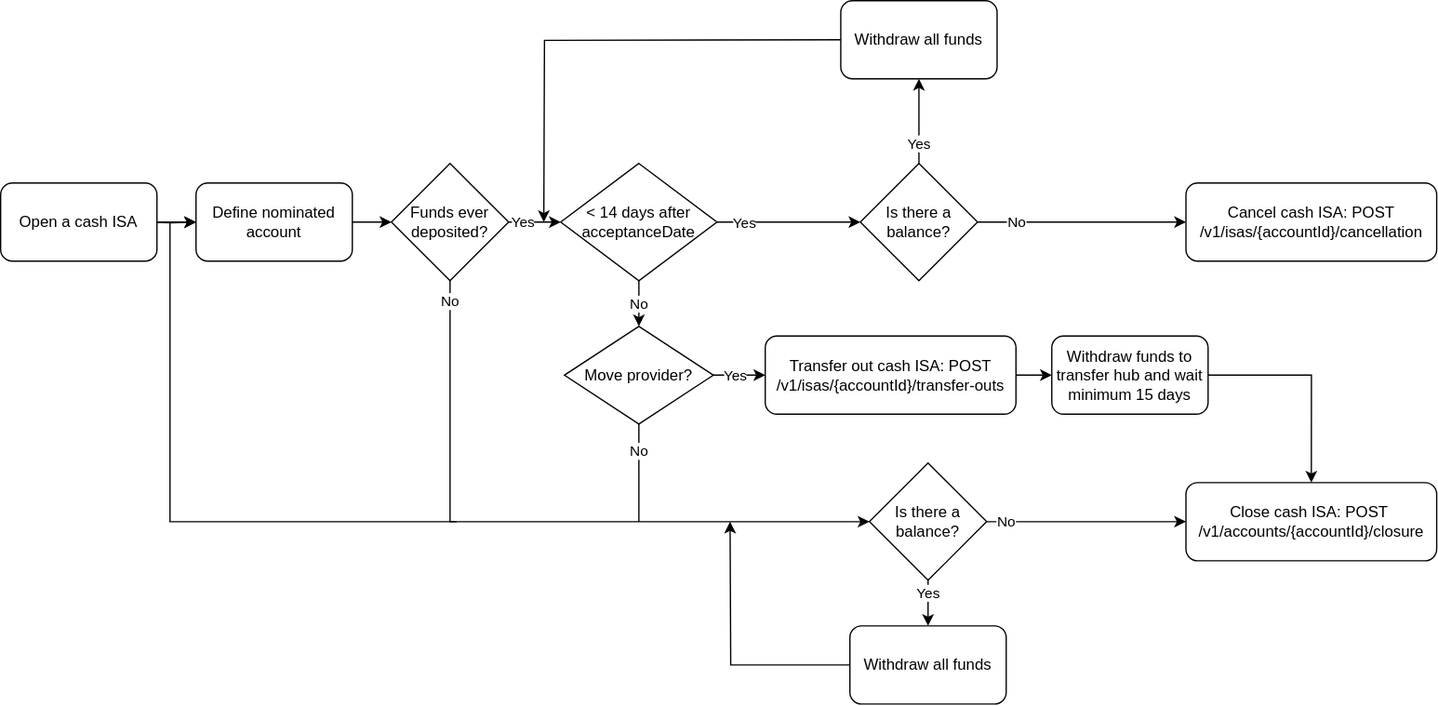
The draw.io diagram static/assets/images/cash-isa-life-cycle.svg in clearbank/clearbank.github.io, before a commit. Source tidied: cells renumbered, new cells last; positions are measured from the earlier drawing's top-left corner, leaving out a move shared by most shapes. Its diagram source:
```xml
<mxGraphModel>
  <root>
    <mxCell id="0" />
    <mxCell id="1" parent="0" />
    <mxCell id="2" style="edgeStyle=orthogonalEdgeStyle;rounded=0;jettySize=auto;html=1;entryX=0;entryY=0.5;entryDx=0;entryDy=0;" parent="1" edge="1" target="6">
      <mxGeometry relative="1" as="geometry">
        <mxPoint x="110" y="170" as="sourcePoint" />
      </mxGeometry>
    </mxCell>
    <mxCell id="3" style="edgeStyle=orthogonalEdgeStyle;rounded=0;jettySize=auto;html=1;" parent="1" edge="1" source="4" target="6">
      <mxGeometry relative="1" as="geometry" />
    </mxCell>
    <mxCell id="4" value="Open a cash ISA" style="rounded=1;whiteSpace=wrap;html=1;" parent="1" vertex="1">
      <mxGeometry y="140" width="120" height="60" as="geometry" />
    </mxCell>
    <mxCell id="5" style="edgeStyle=orthogonalEdgeStyle;rounded=0;jettySize=auto;html=1;entryX=0;entryY=0.5;entryDx=0;entryDy=0;" parent="1" edge="1" source="6" target="25">
      <mxGeometry relative="1" as="geometry" />
    </mxCell>
    <mxCell id="6" value="Define nominated account" style="rounded=1;whiteSpace=wrap;html=1;" parent="1" vertex="1">
      <mxGeometry x="150" y="140" width="120" height="60" as="geometry" />
    </mxCell>
    <mxCell id="7" style="edgeStyle=orthogonalEdgeStyle;rounded=0;jettySize=auto;html=1;entryX=0;entryY=0.5;entryDx=0;entryDy=0;" parent="1" edge="1" source="12" target="33">
      <mxGeometry relative="1" as="geometry" />
    </mxCell>
    <mxCell id="8" value="Yes" style="edgeLabel;html=1;align=center;verticalAlign=middle;" parent="7" vertex="1">
      <mxGeometry x="-0.13" relative="1" as="geometry">
        <mxPoint x="-133" as="offset" />
      </mxGeometry>
    </mxCell>
    <mxCell id="9" value="Yes" style="edgeLabel;html=1;align=center;verticalAlign=middle;" parent="7" vertex="1">
      <mxGeometry x="-0.56" y="-1" relative="1" as="geometry">
        <mxPoint x="-4" as="offset" />
      </mxGeometry>
    </mxCell>
    <mxCell id="10" style="edgeStyle=orthogonalEdgeStyle;rounded=0;jettySize=auto;html=1;entryX=0.5;entryY=0;entryDx=0;entryDy=0;" parent="1" edge="1" source="12" target="18">
      <mxGeometry relative="1" as="geometry" />
    </mxCell>
    <mxCell id="11" value="No" style="edgeLabel;html=1;align=center;verticalAlign=middle;" parent="10" vertex="1">
      <mxGeometry x="-0.06" y="3" relative="1" as="geometry">
        <mxPoint x="3" y="-2" as="offset" />
      </mxGeometry>
    </mxCell>
    <mxCell id="12" value="&amp;lt; 14 days after acceptanceDate" style="rhombus;whiteSpace=wrap;html=1;" parent="1" vertex="1">
      <mxGeometry x="430" y="125" width="120" height="90" as="geometry" />
    </mxCell>
    <mxCell id="13" value="Cancel cash ISA: POST&lt;br&gt;/v1/isas/{accountId}/cancellation" style="rounded=1;whiteSpace=wrap;html=1;" parent="1" vertex="1">
      <mxGeometry x="910" y="140" width="192.5" height="60" as="geometry" />
    </mxCell>
    <mxCell id="14" style="edgeStyle=orthogonalEdgeStyle;rounded=0;jettySize=auto;html=1;exitX=0.5;exitY=1;exitDx=0;exitDy=0;entryX=0;entryY=0.5;entryDx=0;entryDy=0;" parent="1" edge="1" source="18" target="40">
      <mxGeometry relative="1" as="geometry">
        <Array as="points">
          <mxPoint x="490" y="400" />
          <mxPoint x="660" y="400" />
        </Array>
      </mxGeometry>
    </mxCell>
    <mxCell id="15" value="No" style="edgeLabel;html=1;align=center;verticalAlign=middle;" parent="14" vertex="1">
      <mxGeometry x="-0.66" y="-2" relative="1" as="geometry">
        <mxPoint x="2" y="-22" as="offset" />
      </mxGeometry>
    </mxCell>
    <mxCell id="16" style="edgeStyle=orthogonalEdgeStyle;rounded=0;jettySize=auto;html=1;entryX=0;entryY=0.5;entryDx=0;entryDy=0;" parent="1" edge="1" source="18" target="20">
      <mxGeometry relative="1" as="geometry" />
    </mxCell>
    <mxCell id="17" value="Yes" style="edgeLabel;html=1;align=center;verticalAlign=middle;" parent="16" vertex="1">
      <mxGeometry x="-0.73" y="-1" relative="1" as="geometry">
        <mxPoint x="11" y="-1" as="offset" />
      </mxGeometry>
    </mxCell>
    <mxCell id="18" value="Move provider?" style="rhombus;whiteSpace=wrap;html=1;" parent="1" vertex="1">
      <mxGeometry x="432.8" y="250" width="114.4" height="75" as="geometry" />
    </mxCell>
    <mxCell id="19" style="edgeStyle=orthogonalEdgeStyle;rounded=0;jettySize=auto;html=1;" parent="1" edge="1" source="20" target="44">
      <mxGeometry relative="1" as="geometry" />
    </mxCell>
    <mxCell id="20" value="Transfer out cash ISA: POST /v1/isas/{accountId}/transfer-outs" style="rounded=1;whiteSpace=wrap;html=1;" parent="1" vertex="1">
      <mxGeometry x="587" y="257.5" width="192.5" height="60" as="geometry" />
    </mxCell>
    <mxCell id="21" value="Close cash ISA: POST&amp;nbsp;&lt;br&gt;/v1/accounts/{accountId}/closure" style="rounded=1;whiteSpace=wrap;html=1;" parent="1" vertex="1">
      <mxGeometry x="910" y="370" width="192.5" height="60" as="geometry" />
    </mxCell>
    <mxCell id="22" style="edgeStyle=orthogonalEdgeStyle;rounded=0;jettySize=auto;html=1;entryX=0;entryY=0.5;entryDx=0;entryDy=0;" parent="1" edge="1" source="25" target="12">
      <mxGeometry relative="1" as="geometry" />
    </mxCell>
    <mxCell id="23" value="Yes" style="edgeLabel;html=1;align=center;verticalAlign=middle;" parent="22" vertex="1">
      <mxGeometry x="-0.65" y="-3" relative="1" as="geometry">
        <mxPoint x="-39" y="-3" as="offset" />
      </mxGeometry>
    </mxCell>
    <mxCell id="24" value="Yes" style="edgeLabel;html=1;align=center;verticalAlign=middle;" parent="22" vertex="1">
      <mxGeometry x="-0.6" relative="1" as="geometry">
        <mxPoint x="2" as="offset" />
      </mxGeometry>
    </mxCell>
    <mxCell id="25" value="Funds ever deposited?" style="rhombus;whiteSpace=wrap;html=1;" parent="1" vertex="1">
      <mxGeometry x="300" y="125" width="90" height="90" as="geometry" />
    </mxCell>
    <mxCell id="26" style="endArrow=none;html=1;rounded=0;entryX=0.5;entryY=1;entryDx=0;entryDy=0;" parent="1" edge="1" target="25">
      <mxGeometry relative="1" as="geometry">
        <mxPoint x="490" y="400" as="sourcePoint" />
        <Array as="points">
          <mxPoint x="345" y="400" />
        </Array>
      </mxGeometry>
    </mxCell>
    <mxCell id="27" value="No" style="edgeLabel;html=1;align=center;verticalAlign=middle;" parent="26" vertex="1">
      <mxGeometry x="0.77" y="1" relative="1" as="geometry">
        <mxPoint x="1" y="-22" as="offset" />
      </mxGeometry>
    </mxCell>
    <mxCell id="28" style="endArrow=none;html=1;rounded=0;" parent="1" edge="1">
      <mxGeometry relative="1" as="geometry">
        <mxPoint x="350" y="400" as="sourcePoint" />
        <mxPoint x="130" y="170" as="targetPoint" />
        <Array as="points">
          <mxPoint x="130" y="400" />
        </Array>
      </mxGeometry>
    </mxCell>
    <mxCell id="29" style="edgeStyle=orthogonalEdgeStyle;rounded=0;jettySize=auto;html=1;entryX=0;entryY=0.5;entryDx=0;entryDy=0;" parent="1" edge="1" source="33" target="13">
      <mxGeometry relative="1" as="geometry" />
    </mxCell>
    <mxCell id="30" value="No" style="edgeLabel;html=1;align=center;verticalAlign=middle;" parent="29" vertex="1">
      <mxGeometry x="-0.72" y="-1" relative="1" as="geometry">
        <mxPoint x="7" y="-1" as="offset" />
      </mxGeometry>
    </mxCell>
    <mxCell id="31" style="edgeStyle=orthogonalEdgeStyle;rounded=0;jettySize=auto;html=1;entryX=0.5;entryY=1;entryDx=0;entryDy=0;" parent="1" edge="1" source="33" target="35">
      <mxGeometry relative="1" as="geometry" />
    </mxCell>
    <mxCell id="32" value="Yes" style="edgeLabel;html=1;align=center;verticalAlign=middle;" parent="31" vertex="1">
      <mxGeometry x="-0.42" y="2" relative="1" as="geometry">
        <mxPoint x="2" y="4" as="offset" />
      </mxGeometry>
    </mxCell>
    <mxCell id="33" value="Is there a balance?" style="rhombus;whiteSpace=wrap;html=1;" parent="1" vertex="1">
      <mxGeometry x="660" y="125" width="90" height="90" as="geometry" />
    </mxCell>
    <mxCell id="34" style="edgeStyle=orthogonalEdgeStyle;rounded=0;orthogonalLoop=1;jettySize=auto;html=1;" parent="1" edge="1">
      <mxGeometry relative="1" as="geometry">
        <mxPoint x="652" y="30" as="sourcePoint" />
        <mxPoint x="417" y="170" as="targetPoint" />
      </mxGeometry>
    </mxCell>
    <mxCell id="35" value="Withdraw all funds" style="rounded=1;whiteSpace=wrap;html=1;" parent="1" vertex="1">
      <mxGeometry x="645" width="120" height="60" as="geometry" />
    </mxCell>
    <mxCell id="36" style="edgeStyle=orthogonalEdgeStyle;rounded=0;jettySize=auto;html=1;entryX=0;entryY=0.5;entryDx=0;entryDy=0;" parent="1" edge="1" source="40" target="21">
      <mxGeometry relative="1" as="geometry" />
    </mxCell>
    <mxCell id="37" value="No" style="edgeLabel;html=1;align=center;verticalAlign=middle;" parent="36" vertex="1">
      <mxGeometry x="-0.89" y="2" relative="1" as="geometry">
        <mxPoint x="6" y="2" as="offset" />
      </mxGeometry>
    </mxCell>
    <mxCell id="38" style="edgeStyle=orthogonalEdgeStyle;rounded=0;jettySize=auto;html=1;entryX=0.5;entryY=0;entryDx=0;entryDy=0;" parent="1" edge="1" source="40" target="42">
      <mxGeometry relative="1" as="geometry" />
    </mxCell>
    <mxCell id="39" value="Yes" style="edgeLabel;html=1;align=center;verticalAlign=middle;" parent="38" vertex="1">
      <mxGeometry x="-0.08" y="-1" relative="1" as="geometry">
        <mxPoint x="-1" y="-10" as="offset" />
      </mxGeometry>
    </mxCell>
    <mxCell id="40" value="Is there a balance?" style="rhombus;whiteSpace=wrap;html=1;" parent="1" vertex="1">
      <mxGeometry x="667" y="355" width="90" height="90" as="geometry" />
    </mxCell>
    <mxCell id="41" style="edgeStyle=orthogonalEdgeStyle;rounded=0;jettySize=auto;html=1;" parent="1" edge="1" source="42">
      <mxGeometry relative="1" as="geometry">
        <mxPoint x="560" y="400" as="targetPoint" />
      </mxGeometry>
    </mxCell>
    <mxCell id="42" value="Withdraw all funds" style="rounded=1;whiteSpace=wrap;html=1;" parent="1" vertex="1">
      <mxGeometry x="652" y="480" width="120" height="60" as="geometry" />
    </mxCell>
    <mxCell id="43" style="edgeStyle=orthogonalEdgeStyle;rounded=0;jettySize=auto;html=1;entryX=0.5;entryY=0;entryDx=0;entryDy=0;exitX=1;exitY=0.5;exitDx=0;exitDy=0;" parent="1" edge="1" source="44" target="21">
      <mxGeometry relative="1" as="geometry" />
    </mxCell>
    <mxCell id="44" value="Withdraw funds to transfer hub and wait minimum 15 days" style="whiteSpace=wrap;html=1;rounded=1;" parent="1" vertex="1">
      <mxGeometry x="807" y="257.5" width="120" height="60" as="geometry" />
    </mxCell>
  </root>
</mxGraphModel>
```
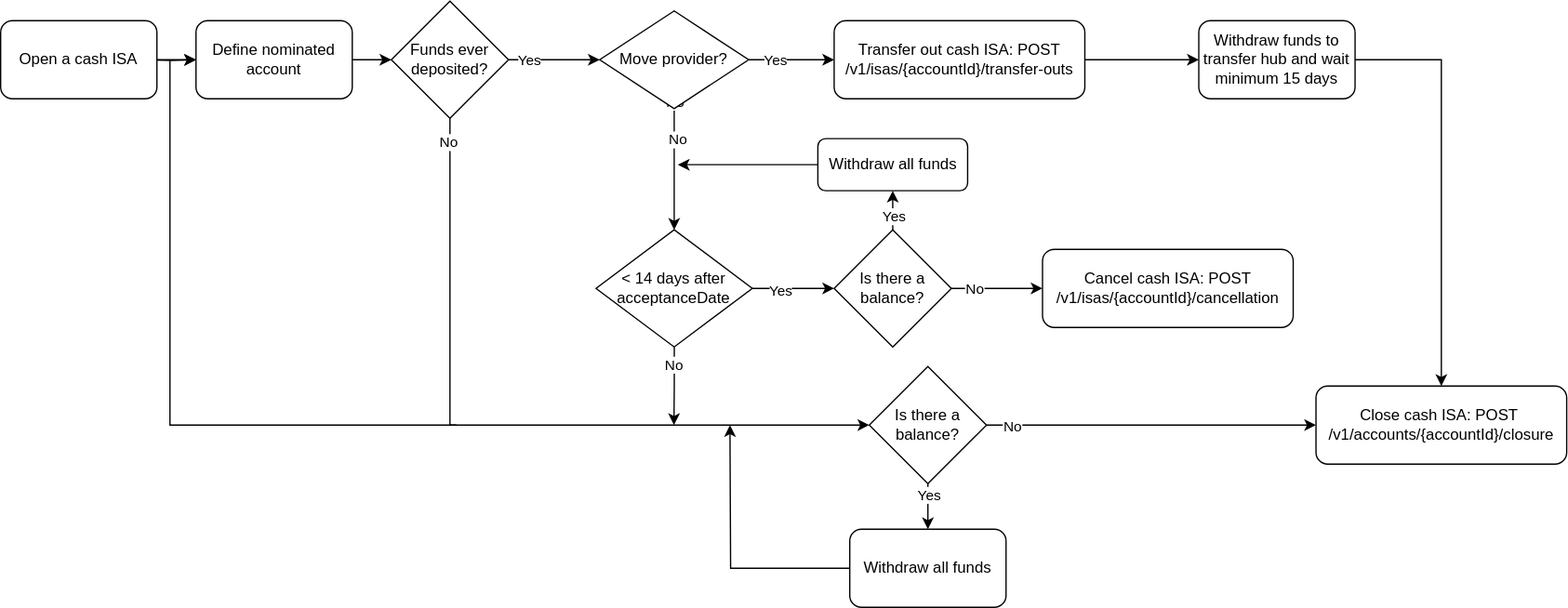
Later version of the same file.

Change to the diagram source:
```diff
@@ -4,20 +4,20 @@
     <mxCell id="1" parent="0" />
     <mxCell id="2" style="edgeStyle=orthogonalEdgeStyle;rounded=0;jettySize=auto;html=1;entryX=0;entryY=0.5;entryDx=0;entryDy=0;" parent="1" edge="1" target="6">
       <mxGeometry relative="1" as="geometry">
-        <mxPoint x="110" y="170" as="sourcePoint" />
+        <mxPoint x="110" y="119.4" as="sourcePoint" />
       </mxGeometry>
     </mxCell>
     <mxCell id="3" style="edgeStyle=orthogonalEdgeStyle;rounded=0;jettySize=auto;html=1;" parent="1" edge="1" source="4" target="6">
       <mxGeometry relative="1" as="geometry" />
     </mxCell>
     <mxCell id="4" value="Open a cash ISA" style="rounded=1;whiteSpace=wrap;html=1;" parent="1" vertex="1">
-      <mxGeometry y="140" width="120" height="60" as="geometry" />
+      <mxGeometry y="89.4" width="120" height="60" as="geometry" />
     </mxCell>
     <mxCell id="5" style="edgeStyle=orthogonalEdgeStyle;rounded=0;jettySize=auto;html=1;entryX=0;entryY=0.5;entryDx=0;entryDy=0;" parent="1" edge="1" source="6" target="25">
       <mxGeometry relative="1" as="geometry" />
     </mxCell>
     <mxCell id="6" value="Define nominated account" style="rounded=1;whiteSpace=wrap;html=1;" parent="1" vertex="1">
-      <mxGeometry x="150" y="140" width="120" height="60" as="geometry" />
+      <mxGeometry x="150" y="89.4" width="120" height="60" as="geometry" />
     </mxCell>
     <mxCell id="7" style="edgeStyle=orthogonalEdgeStyle;rounded=0;jettySize=auto;html=1;entryX=0;entryY=0.5;entryDx=0;entryDy=0;" parent="1" edge="1" source="12" target="33">
       <mxGeometry relative="1" as="geometry" />
@@ -29,36 +29,34 @@
     </mxCell>
     <mxCell id="9" value="Yes" style="edgeLabel;html=1;align=center;verticalAlign=middle;" parent="7" vertex="1">
       <mxGeometry x="-0.56" y="-1" relative="1" as="geometry">
-        <mxPoint x="-4" as="offset" />
+        <mxPoint x="7" as="offset" />
       </mxGeometry>
     </mxCell>
-    <mxCell id="10" style="edgeStyle=orthogonalEdgeStyle;rounded=0;jettySize=auto;html=1;entryX=0.5;entryY=0;entryDx=0;entryDy=0;" parent="1" edge="1" source="12" target="18">
-      <mxGeometry relative="1" as="geometry" />
-    </mxCell>
-    <mxCell id="11" value="No" style="edgeLabel;html=1;align=center;verticalAlign=middle;" parent="10" vertex="1">
-      <mxGeometry x="-0.06" y="3" relative="1" as="geometry">
-        <mxPoint x="3" y="-2" as="offset" />
-      </mxGeometry>
-    </mxCell>
+    <mxCell id="45" style="edgeStyle=orthogonalEdgeStyle;rounded=0;jettySize=auto;html=1;" parent="1" edge="1" source="12">
+      <mxGeometry relative="1" as="geometry">
+        <mxPoint x="517" y="400" as="targetPoint" />
+      </mxGeometry>
+    </mxCell>
+    <mxCell id="46" value="No" style="edgeLabel;html=1;align=center;verticalAlign=middle;" parent="45" vertex="1">
+      <mxGeometry x="-0.55" y="-1" relative="1" as="geometry" />
+    </mxCell>
     <mxCell id="12" value="&amp;lt; 14 days after acceptanceDate" style="rhombus;whiteSpace=wrap;html=1;" parent="1" vertex="1">
-      <mxGeometry x="430" y="125" width="120" height="90" as="geometry" />
+      <mxGeometry x="457.2" y="250" width="120" height="90" as="geometry" />
     </mxCell>
     <mxCell id="13" value="Cancel cash ISA: POST&lt;br&gt;/v1/isas/{accountId}/cancellation" style="rounded=1;whiteSpace=wrap;html=1;" parent="1" vertex="1">
-      <mxGeometry x="910" y="140" width="192.5" height="60" as="geometry" />
+      <mxGeometry x="800" y="265" width="192.5" height="60" as="geometry" />
     </mxCell>
-    <mxCell id="14" style="edgeStyle=orthogonalEdgeStyle;rounded=0;jettySize=auto;html=1;exitX=0.5;exitY=1;exitDx=0;exitDy=0;entryX=0;entryY=0.5;entryDx=0;entryDy=0;" parent="1" edge="1" source="18" target="40">
-      <mxGeometry relative="1" as="geometry">
-        <Array as="points">
-          <mxPoint x="490" y="400" />
-          <mxPoint x="660" y="400" />
-        </Array>
-      </mxGeometry>
+    <mxCell id="14" style="edgeStyle=orthogonalEdgeStyle;rounded=0;jettySize=auto;html=1;exitX=0.5;exitY=1;exitDx=0;exitDy=0;entryX=0.5;entryY=0;entryDx=0;entryDy=0;" parent="1" edge="1" source="18" target="12">
+      <mxGeometry relative="1" as="geometry" />
     </mxCell>
     <mxCell id="15" value="No" style="edgeLabel;html=1;align=center;verticalAlign=middle;" parent="14" vertex="1">
       <mxGeometry x="-0.66" y="-2" relative="1" as="geometry">
         <mxPoint x="2" y="-22" as="offset" />
       </mxGeometry>
     </mxCell>
+    <mxCell id="47" value="No" style="edgeLabel;html=1;align=center;verticalAlign=middle;" parent="14" vertex="1">
+      <mxGeometry x="-0.5" y="2" relative="1" as="geometry" />
+    </mxCell>
     <mxCell id="16" style="edgeStyle=orthogonalEdgeStyle;rounded=0;jettySize=auto;html=1;entryX=0;entryY=0.5;entryDx=0;entryDy=0;" parent="1" edge="1" source="18" target="20">
       <mxGeometry relative="1" as="geometry" />
     </mxCell>
@@ -68,18 +66,18 @@
       </mxGeometry>
     </mxCell>
     <mxCell id="18" value="Move provider?" style="rhombus;whiteSpace=wrap;html=1;" parent="1" vertex="1">
-      <mxGeometry x="432.8" y="250" width="114.4" height="75" as="geometry" />
+      <mxGeometry x="460" y="81.9" width="114.4" height="75" as="geometry" />
     </mxCell>
     <mxCell id="19" style="edgeStyle=orthogonalEdgeStyle;rounded=0;jettySize=auto;html=1;" parent="1" edge="1" source="20" target="44">
       <mxGeometry relative="1" as="geometry" />
     </mxCell>
     <mxCell id="20" value="Transfer out cash ISA: POST /v1/isas/{accountId}/transfer-outs" style="rounded=1;whiteSpace=wrap;html=1;" parent="1" vertex="1">
-      <mxGeometry x="587" y="257.5" width="192.5" height="60" as="geometry" />
+      <mxGeometry x="640" y="89.4" width="192.5" height="60" as="geometry" />
     </mxCell>
     <mxCell id="21" value="Close cash ISA: POST&amp;nbsp;&lt;br&gt;/v1/accounts/{accountId}/closure" style="rounded=1;whiteSpace=wrap;html=1;" parent="1" vertex="1">
-      <mxGeometry x="910" y="370" width="192.5" height="60" as="geometry" />
+      <mxGeometry x="1010" y="370" width="192.5" height="60" as="geometry" />
     </mxCell>
-    <mxCell id="22" style="edgeStyle=orthogonalEdgeStyle;rounded=0;jettySize=auto;html=1;entryX=0;entryY=0.5;entryDx=0;entryDy=0;" parent="1" edge="1" source="25" target="12">
+    <mxCell id="22" style="edgeStyle=orthogonalEdgeStyle;rounded=0;jettySize=auto;html=1;entryX=0;entryY=0.5;entryDx=0;entryDy=0;" parent="1" edge="1" source="25" target="18">
       <mxGeometry relative="1" as="geometry" />
     </mxCell>
     <mxCell id="23" value="Yes" style="edgeLabel;html=1;align=center;verticalAlign=middle;" parent="22" vertex="1">
@@ -92,26 +90,23 @@
         <mxPoint x="2" as="offset" />
       </mxGeometry>
     </mxCell>
+    <mxCell id="48" style="edgeStyle=orthogonalEdgeStyle;rounded=0;jettySize=auto;html=1;entryX=0;entryY=0.5;entryDx=0;entryDy=0;" parent="1" edge="1" source="25" target="40">
+      <mxGeometry relative="1" as="geometry">
+        <Array as="points">
+          <mxPoint x="345" y="400" />
+        </Array>
+      </mxGeometry>
+    </mxCell>
+    <mxCell id="49" value="No" style="edgeLabel;html=1;align=center;verticalAlign=middle;" parent="48" vertex="1">
+      <mxGeometry x="-0.94" y="-2" relative="1" as="geometry" />
+    </mxCell>
     <mxCell id="25" value="Funds ever deposited?" style="rhombus;whiteSpace=wrap;html=1;" parent="1" vertex="1">
-      <mxGeometry x="300" y="125" width="90" height="90" as="geometry" />
+      <mxGeometry x="300" y="74.4" width="90" height="90" as="geometry" />
     </mxCell>
-    <mxCell id="26" style="endArrow=none;html=1;rounded=0;entryX=0.5;entryY=1;entryDx=0;entryDy=0;" parent="1" edge="1" target="25">
-      <mxGeometry relative="1" as="geometry">
-        <mxPoint x="490" y="400" as="sourcePoint" />
-        <Array as="points">
-          <mxPoint x="345" y="400" />
-        </Array>
-      </mxGeometry>
-    </mxCell>
-    <mxCell id="27" value="No" style="edgeLabel;html=1;align=center;verticalAlign=middle;" parent="26" vertex="1">
-      <mxGeometry x="0.77" y="1" relative="1" as="geometry">
-        <mxPoint x="1" y="-22" as="offset" />
-      </mxGeometry>
-    </mxCell>
     <mxCell id="28" style="endArrow=none;html=1;rounded=0;" parent="1" edge="1">
       <mxGeometry relative="1" as="geometry">
         <mxPoint x="350" y="400" as="sourcePoint" />
-        <mxPoint x="130" y="170" as="targetPoint" />
+        <mxPoint x="130" y="120" as="targetPoint" />
         <Array as="points">
           <mxPoint x="130" y="400" />
         </Array>
@@ -134,16 +129,18 @@
       </mxGeometry>
     </mxCell>
     <mxCell id="33" value="Is there a balance?" style="rhombus;whiteSpace=wrap;html=1;" parent="1" vertex="1">
-      <mxGeometry x="660" y="125" width="90" height="90" as="geometry" />
+      <mxGeometry x="640" y="250" width="90" height="90" as="geometry" />
     </mxCell>
-    <mxCell id="34" style="edgeStyle=orthogonalEdgeStyle;rounded=0;orthogonalLoop=1;jettySize=auto;html=1;" parent="1" edge="1">
-      <mxGeometry relative="1" as="geometry">
-        <mxPoint x="652" y="30" as="sourcePoint" />
-        <mxPoint x="417" y="170" as="targetPoint" />
-      </mxGeometry>
-    </mxCell>
+    <mxCell id="50" style="edgeStyle=orthogonalEdgeStyle;rounded=0;jettySize=auto;html=1;" parent="1" edge="1" source="35">
+      <mxGeometry relative="1" as="geometry">
+        <mxPoint x="520" y="200" as="targetPoint" />
+        <Array as="points">
+          <mxPoint x="520" y="200" />
+        </Array>
+      </mxGeometry>
+    </mxCell>
     <mxCell id="35" value="Withdraw all funds" style="rounded=1;whiteSpace=wrap;html=1;" parent="1" vertex="1">
-      <mxGeometry x="645" width="120" height="60" as="geometry" />
+      <mxGeometry x="627.5" y="180" width="115" height="40" as="geometry" />
     </mxCell>
     <mxCell id="36" style="edgeStyle=orthogonalEdgeStyle;rounded=0;jettySize=auto;html=1;entryX=0;entryY=0.5;entryDx=0;entryDy=0;" parent="1" edge="1" source="40" target="21">
       <mxGeometry relative="1" as="geometry" />
@@ -176,7 +173,7 @@
       <mxGeometry relative="1" as="geometry" />
     </mxCell>
     <mxCell id="44" value="Withdraw funds to transfer hub and wait minimum 15 days" style="whiteSpace=wrap;html=1;rounded=1;" parent="1" vertex="1">
-      <mxGeometry x="807" y="257.5" width="120" height="60" as="geometry" />
+      <mxGeometry x="920" y="89.4" width="120" height="60" as="geometry" />
     </mxCell>
   </root>
 </mxGraphModel>
```
